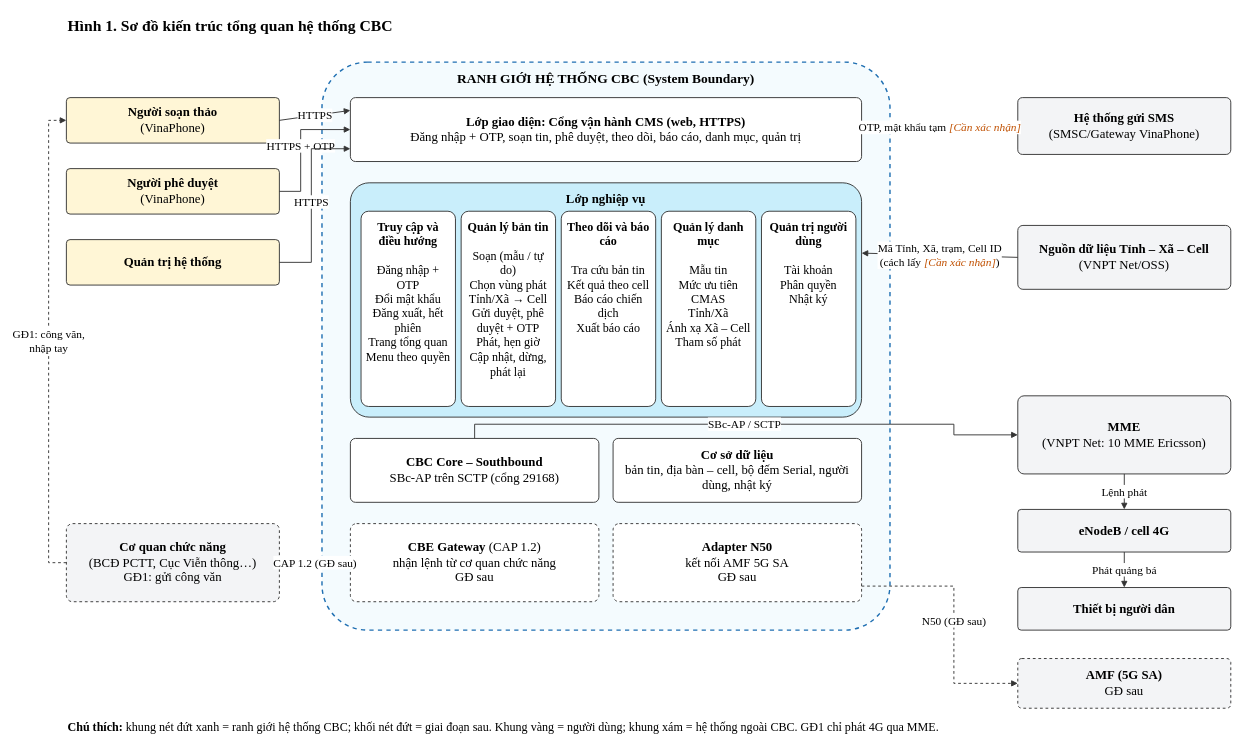
Earlier version of the draw.io diagram page "SRS-H1 Kiến trúc tổng quan" (1 of 4) of srs/CBC_SRS_so-do.drawio (yenanna0804/cbc-demo). Source tidied: cells renumbered, new cells numbered last; positions are measured from the earlier drawing's top-left corner, leaving out a move shared by most shapes. Both pictures are drawn from the tidied source at 71%, with x=0, y=0 at pixel (48, 12).
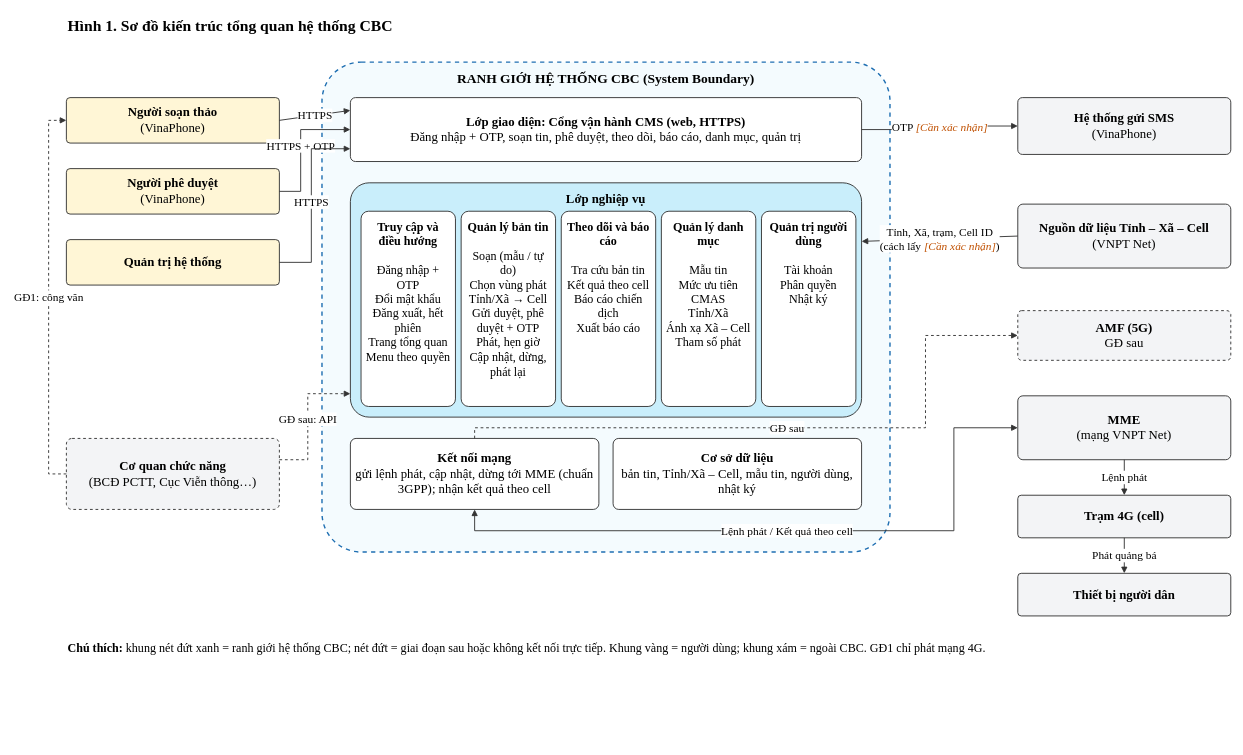
The same page after the edit.

The change refers to these unchanged cells:
```xml
<mxCell id="4" value="&lt;b&gt;Lớp giao diện: Cổng vận hành CMS (web, HTTPS)&lt;/b&gt;&lt;br&gt;Đăng nhập + OTP, soạn tin, phê duyệt, theo dõi, báo cáo, danh mục, quản trị" style="rounded=1;arcSize=8;whiteSpace=wrap;html=1;fontFamily=Times New Roman;fontSize=18;fillColor=#FFFFFF;strokeColor=#333333;strokeWidth=1.3;align=center;verticalAlign=middle;spacing=8;" parent="1" vertex="1">
  <mxGeometry x="425" y="120" width="720" height="90" as="geometry" />
</mxCell>
<mxCell id="5" value="&lt;b&gt;Lớp nghiệp vụ&lt;/b&gt;" style="rounded=1;arcSize=8;whiteSpace=wrap;html=1;fontFamily=Times New Roman;fontSize=18;fillColor=#C9EEFB;strokeColor=#333333;strokeWidth=1.3;align=center;verticalAlign=top;spacing=8;" parent="1" vertex="1">
  <mxGeometry x="425" y="240" width="720" height="330" as="geometry" />
</mxCell>
<mxCell id="15" value="&lt;b&gt;Người soạn thảo&lt;/b&gt;&lt;br&gt;(VinaPhone)" style="rounded=1;arcSize=8;whiteSpace=wrap;html=1;fontFamily=Times New Roman;fontSize=18;fillColor=#FFF6D6;strokeColor=#333333;strokeWidth=1.3;align=center;verticalAlign=middle;spacing=8;" parent="1" vertex="1">
  <mxGeometry x="25" y="120" width="300" height="64" as="geometry" />
</mxCell>
```

Diff of the diagram source:
```diff
@@
     <mxCell id="3" value="&lt;b&gt;RANH GIỚI HỆ THỐNG CBC (System Boundary)&lt;/b&gt;" style="rounded=1;arcSize=8;whiteSpace=wrap;html=1;fontFamily=Times New Roman;fontSize=19;fillColor=#F4FBFE;strokeColor=#1F6FB2;strokeWidth=1.3;align=center;verticalAlign=top;spacing=8;dashed=1;strokeWidth=2;" parent="1" vertex="1">
-      <mxGeometry x="385" y="70" width="800" height="800" as="geometry" />
+      <mxGeometry x="385" y="70" width="800" height="690" as="geometry" />
     </mxCell>
@@
-    <mxCell id="11" value="&lt;b&gt;CBC Core – Southbound&lt;/b&gt;&lt;br&gt;SBc-AP trên SCTP (cổng 29168)" style="rounded=1;arcSize=8;whiteSpace=wrap;html=1;fontFamily=Times New Roman;fontSize=18;fillColor=#FFFFFF;strokeColor=#333333;strokeWidth=1.3;align=center;verticalAlign=middle;spacing=8;" parent="1" vertex="1">
-      <mxGeometry x="425" y="600" width="350" height="90" as="geometry" />
-    </mxCell>
+    <mxCell id="37" value="&lt;b&gt;Kết nối mạng&lt;/b&gt;&lt;br&gt;gửi lệnh phát, cập nhật, dừng tới MME (chuẩn 3GPP); nhận kết quả theo cell" style="rounded=1;arcSize=8;whiteSpace=wrap;html=1;fontFamily=Times New Roman;fontSize=18;fillColor=#FFFFFF;strokeColor=#333333;strokeWidth=1.3;align=center;verticalAlign=middle;spacing=8;" parent="1" vertex="1">
+      <mxGeometry x="425" y="600" width="350" height="100" as="geometry" />
+    </mxCell>
-    <mxCell id="12" value="&lt;b&gt;Cơ sở dữ liệu&lt;/b&gt;&lt;br&gt;bản tin, địa bàn – cell, bộ đếm Serial, người dùng, nhật ký" style="rounded=1;arcSize=8;whiteSpace=wrap;html=1;fontFamily=Times New Roman;fontSize=18;fillColor=#FFFFFF;strokeColor=#333333;strokeWidth=1.3;align=center;verticalAlign=middle;spacing=8;" parent="1" vertex="1">
-      <mxGeometry x="795" y="600" width="350" height="90" as="geometry" />
+    <mxCell id="12" value="&lt;b&gt;Cơ sở dữ liệu&lt;/b&gt;&lt;br&gt;bản tin, Tỉnh/Xã – Cell, mẫu tin, người dùng, nhật ký" style="rounded=1;arcSize=8;whiteSpace=wrap;html=1;fontFamily=Times New Roman;fontSize=18;fillColor=#FFFFFF;strokeColor=#333333;strokeWidth=1.3;align=center;verticalAlign=middle;spacing=8;" parent="1" vertex="1">
+      <mxGeometry x="795" y="600" width="350" height="100" as="geometry" />
     </mxCell>
-    <mxCell id="13" value="&lt;b&gt;CBE Gateway&lt;/b&gt; (CAP 1.2)&lt;br&gt;nhận lệnh từ cơ quan chức năng&lt;br&gt;GĐ sau" style="rounded=1;arcSize=8;whiteSpace=wrap;html=1;fontFamily=Times New Roman;fontSize=18;fillColor=#FFFFFF;strokeColor=#333333;strokeWidth=1.3;align=center;verticalAlign=middle;spacing=8;dashed=1;" parent="1" vertex="1">
-      <mxGeometry x="425" y="720" width="350" height="110" as="geometry" />
-    </mxCell>
-    <mxCell id="14" value="&lt;b&gt;Adapter N50&lt;/b&gt;&lt;br&gt;kết nối AMF 5G SA&lt;br&gt;GĐ sau" style="rounded=1;arcSize=8;whiteSpace=wrap;html=1;fontFamily=Times New Roman;fontSize=18;fillColor=#FFFFFF;strokeColor=#333333;strokeWidth=1.3;align=center;verticalAlign=middle;spacing=8;dashed=1;" parent="1" vertex="1">
-      <mxGeometry x="795" y="720" width="350" height="110" as="geometry" />
-    </mxCell>
@@
-    <mxCell id="18" value="&lt;b&gt;Cơ quan chức năng&lt;/b&gt;&lt;br&gt;(BCĐ PCTT, Cục Viễn thông…)&lt;br&gt;GĐ1: gửi công văn" style="rounded=1;arcSize=8;whiteSpace=wrap;html=1;fontFamily=Times New Roman;fontSize=18;fillColor=#F3F4F6;strokeColor=#333333;strokeWidth=1.3;align=center;verticalAlign=middle;spacing=8;dashed=1;" parent="1" vertex="1">
-      <mxGeometry x="25" y="720" width="300" height="110" as="geometry" />
+    <mxCell id="18" value="&lt;b&gt;Cơ quan chức năng&lt;/b&gt;&lt;br&gt;(BCĐ PCTT, Cục Viễn thông…)" style="rounded=1;arcSize=8;whiteSpace=wrap;html=1;fontFamily=Times New Roman;fontSize=18;fillColor=#F3F4F6;strokeColor=#333333;strokeWidth=1.3;align=center;verticalAlign=middle;spacing=8;dashed=1;" parent="1" vertex="1">
+      <mxGeometry x="25" y="600" width="300" height="100" as="geometry" />
     </mxCell>
@@
-    <mxCell id="22" value="GĐ1: công văn,&lt;br&gt;nhập tay" style="html=1;fontFamily=Times New Roman;fontSize=16;endArrow=block;startArrow=none;endFill=1;strokeColor=#333333;strokeWidth=1.3;labelBackgroundColor=#FFFFFF;rounded=0;dashed=1;exitX=0;exitY=0.5;exitDx=0;exitDy=0;entryX=0;entryY=0.5;entryDx=0;entryDy=0;" parent="1" edge="1" source="18" target="15">
+    <mxCell id="22" value="GĐ1: công văn" style="html=1;fontFamily=Times New Roman;fontSize=16;endArrow=block;startArrow=none;endFill=1;strokeColor=#333333;strokeWidth=1.3;labelBackgroundColor=#FFFFFF;rounded=0;dashed=1;exitX=0;exitY=0.5;exitDx=0;exitDy=0;entryX=0;entryY=0.5;entryDx=0;entryDy=0;" parent="1" edge="1" source="18" target="15">
       <mxGeometry relative="1" as="geometry">
         <Array as="points">
-          <mxPoint y="775" />
+          <mxPoint y="650" />
           <mxPoint y="152" />
         </Array>
       </mxGeometry>
     </mxCell>
-    <mxCell id="23" value="CAP 1.2 (GĐ sau)" style="html=1;fontFamily=Times New Roman;fontSize=16;endArrow=block;startArrow=none;endFill=1;strokeColor=#333333;strokeWidth=1.3;labelBackgroundColor=#FFFFFF;rounded=0;dashed=1;exitX=1;exitY=0.5;exitDx=0;exitDy=0;entryX=0;entryY=0.5;entryDx=0;entryDy=0;" parent="1" edge="1" source="18" target="13">
-      <mxGeometry relative="1" as="geometry" />
+    <mxCell id="23" value="GĐ sau: API" style="html=1;fontFamily=Times New Roman;fontSize=16;endArrow=block;startArrow=none;endFill=1;strokeColor=#333333;strokeWidth=1.3;labelBackgroundColor=#FFFFFF;rounded=0;dashed=1;exitX=1;exitY=0.3;exitDx=0;exitDy=0;entryX=0;entryY=0.9;entryDx=0;entryDy=0;" parent="1" edge="1" source="18" target="5">
+      <mxGeometry relative="1" as="geometry">
+        <Array as="points">
+          <mxPoint x="365" y="630" />
+          <mxPoint x="365" y="537" />
+        </Array>
+      </mxGeometry>
     </mxCell>
-    <mxCell id="24" value="&lt;b&gt;MME&lt;/b&gt;&lt;br&gt;(VNPT Net: 10 MME Ericsson)" style="rounded=1;arcSize=8;whiteSpace=wrap;html=1;fontFamily=Times New Roman;fontSize=18;fillColor=#F3F4F6;strokeColor=#333333;strokeWidth=1.3;align=center;verticalAlign=middle;spacing=8;" parent="1" vertex="1">
-      <mxGeometry x="1365" y="540" width="300" height="110" as="geometry" />
+    <mxCell id="24" value="&lt;b&gt;MME&lt;/b&gt;&lt;br&gt;(mạng VNPT Net)" style="rounded=1;arcSize=8;whiteSpace=wrap;html=1;fontFamily=Times New Roman;fontSize=18;fillColor=#F3F4F6;strokeColor=#333333;strokeWidth=1.3;align=center;verticalAlign=middle;spacing=8;" parent="1" vertex="1">
+      <mxGeometry x="1365" y="540" width="300" height="90" as="geometry" />
     </mxCell>
-    <mxCell id="25" value="&lt;b&gt;eNodeB / cell 4G&lt;/b&gt;" style="rounded=1;arcSize=8;whiteSpace=wrap;html=1;fontFamily=Times New Roman;fontSize=18;fillColor=#F3F4F6;strokeColor=#333333;strokeWidth=1.3;align=center;verticalAlign=middle;spacing=8;" parent="1" vertex="1">
-      <mxGeometry x="1365" y="700" width="300" height="60" as="geometry" />
+    <mxCell id="25" value="&lt;b&gt;Trạm 4G (cell)&lt;/b&gt;" style="rounded=1;arcSize=8;whiteSpace=wrap;html=1;fontFamily=Times New Roman;fontSize=18;fillColor=#F3F4F6;strokeColor=#333333;strokeWidth=1.3;align=center;verticalAlign=middle;spacing=8;" parent="1" vertex="1">
+      <mxGeometry x="1365" y="680" width="300" height="60" as="geometry" />
     </mxCell>
     <mxCell id="26" value="&lt;b&gt;Thiết bị người dân&lt;/b&gt;" style="rounded=1;arcSize=8;whiteSpace=wrap;html=1;fontFamily=Times New Roman;fontSize=18;fillColor=#F3F4F6;strokeColor=#333333;strokeWidth=1.3;align=center;verticalAlign=middle;spacing=8;" parent="1" vertex="1">
-      <mxGeometry x="1365" y="810" width="300" height="60" as="geometry" />
+      <mxGeometry x="1365" y="790" width="300" height="60" as="geometry" />
     </mxCell>
-    <mxCell id="27" value="&lt;b&gt;AMF (5G SA)&lt;/b&gt;&lt;br&gt;GĐ sau" style="rounded=1;arcSize=8;whiteSpace=wrap;html=1;fontFamily=Times New Roman;fontSize=18;fillColor=#F3F4F6;strokeColor=#333333;strokeWidth=1.3;align=center;verticalAlign=middle;spacing=8;dashed=1;" parent="1" vertex="1">
-      <mxGeometry x="1365" y="910" width="300" height="70" as="geometry" />
+    <mxCell id="27" value="&lt;b&gt;AMF (5G)&lt;/b&gt;&lt;br&gt;GĐ sau" style="rounded=1;arcSize=8;whiteSpace=wrap;html=1;fontFamily=Times New Roman;fontSize=18;fillColor=#F3F4F6;strokeColor=#333333;strokeWidth=1.3;align=center;verticalAlign=middle;spacing=8;dashed=1;" parent="1" vertex="1">
+      <mxGeometry x="1365" y="420" width="300" height="70" as="geometry" />
     </mxCell>
-    <mxCell id="28" value="&lt;b&gt;Hệ thống gửi SMS&lt;/b&gt;&lt;br&gt;(SMSC/Gateway VinaPhone)" style="rounded=1;arcSize=8;whiteSpace=wrap;html=1;fontFamily=Times New Roman;fontSize=18;fillColor=#F3F4F6;strokeColor=#333333;strokeWidth=1.3;align=center;verticalAlign=middle;spacing=8;" parent="1" vertex="1">
+    <mxCell id="28" value="&lt;b&gt;Hệ thống gửi SMS&lt;/b&gt;&lt;br&gt;(VinaPhone)" style="rounded=1;arcSize=8;whiteSpace=wrap;html=1;fontFamily=Times New Roman;fontSize=18;fillColor=#F3F4F6;strokeColor=#333333;strokeWidth=1.3;align=center;verticalAlign=middle;spacing=8;" parent="1" vertex="1">
       <mxGeometry x="1365" y="120" width="300" height="80" as="geometry" />
     </mxCell>
-    <mxCell id="29" value="&lt;b&gt;Nguồn dữ liệu Tỉnh – Xã – Cell&lt;/b&gt;&lt;br&gt;(VNPT Net/OSS)" style="rounded=1;arcSize=8;whiteSpace=wrap;html=1;fontFamily=Times New Roman;fontSize=18;fillColor=#F3F4F6;strokeColor=#333333;strokeWidth=1.3;align=center;verticalAlign=middle;spacing=8;" parent="1" vertex="1">
-      <mxGeometry x="1365" y="300" width="300" height="90" as="geometry" />
+    <mxCell id="29" value="&lt;b&gt;Nguồn dữ liệu Tỉnh – Xã – Cell&lt;/b&gt;&lt;br&gt;(VNPT Net)" style="rounded=1;arcSize=8;whiteSpace=wrap;html=1;fontFamily=Times New Roman;fontSize=18;fillColor=#F3F4F6;strokeColor=#333333;strokeWidth=1.3;align=center;verticalAlign=middle;spacing=8;" parent="1" vertex="1">
+      <mxGeometry x="1365" y="270" width="300" height="90" as="geometry" />
     </mxCell>
-    <mxCell id="30" value="OTP, mật khẩu tạm &lt;i style=&quot;color:#C05000&quot;&gt;[Cần xác nhận]&lt;/i&gt;" style="html=1;fontFamily=Times New Roman;fontSize=16;endArrow=block;startArrow=none;endFill=1;strokeColor=#333333;strokeWidth=1.3;labelBackgroundColor=#FFFFFF;rounded=0;exitX=1;exitY=0.5;exitDx=0;exitDy=0;entryX=0;entryY=0.5;entryDx=0;entryDy=0;" parent="1" edge="1" source="4" target="28">
+    <mxCell id="30" value="OTP &lt;i style=&quot;color:#C05000&quot;&gt;[Cần xác nhận]&lt;/i&gt;" style="html=1;fontFamily=Times New Roman;fontSize=16;endArrow=block;startArrow=none;endFill=1;strokeColor=#333333;strokeWidth=1.3;labelBackgroundColor=#FFFFFF;rounded=0;exitX=1;exitY=0.5;exitDx=0;exitDy=0;entryX=0;entryY=0.5;entryDx=0;entryDy=0;" parent="1" edge="1" source="4" target="28">
       <mxGeometry relative="1" as="geometry">
         <Array as="points">
           <mxPoint x="1255" y="165" />
           <mxPoint x="1255" y="160" />
         </Array>
       </mxGeometry>
     </mxCell>
-    <mxCell id="31" value="Mã Tỉnh, Xã, trạm, Cell ID&lt;br&gt;(cách lấy &lt;i style=&quot;color:#C05000&quot;&gt;[Cần xác nhận]&lt;/i&gt;)" style="html=1;fontFamily=Times New Roman;fontSize=16;endArrow=block;startArrow=none;endFill=1;strokeColor=#333333;strokeWidth=1.3;labelBackgroundColor=#FFFFFF;rounded=0;exitX=0;exitY=0.5;exitDx=0;exitDy=0;entryX=1;entryY=0.3;entryDx=0;entryDy=0;" parent="1" edge="1" source="29" target="5">
+    <mxCell id="31" value="Tỉnh, Xã, trạm, Cell ID&lt;br&gt;(cách lấy &lt;i style=&quot;color:#C05000&quot;&gt;[Cần xác nhận]&lt;/i&gt;)" style="html=1;fontFamily=Times New Roman;fontSize=16;endArrow=block;startArrow=none;endFill=1;strokeColor=#333333;strokeWidth=1.3;labelBackgroundColor=#FFFFFF;rounded=0;exitX=0;exitY=0.5;exitDx=0;exitDy=0;entryX=1;entryY=0.25;entryDx=0;entryDy=0;" parent="1" edge="1" source="29" target="5">
       <mxGeometry relative="1" as="geometry" />
     </mxCell>
-    <mxCell id="32" value="SBc-AP / SCTP" style="html=1;fontFamily=Times New Roman;fontSize=16;endArrow=block;startArrow=none;endFill=1;strokeColor=#333333;strokeWidth=1.3;labelBackgroundColor=#FFFFFF;rounded=0;exitX=0.5;exitY=0;exitDx=0;exitDy=0;entryX=0;entryY=0.5;entryDx=0;entryDy=0;" parent="1" edge="1" source="11" target="24">
+    <mxCell id="32" value="Lệnh phát / Kết quả theo cell" style="html=1;fontFamily=Times New Roman;fontSize=16;endArrow=block;startArrow=block;endFill=1;strokeColor=#333333;strokeWidth=1.3;labelBackgroundColor=#FFFFFF;rounded=0;exitX=0.5;exitY=1;exitDx=0;exitDy=0;entryX=0;entryY=0.5;entryDx=0;entryDy=0;" parent="1" edge="1" source="37" target="24">
       <mxGeometry relative="1" as="geometry">
         <Array as="points">
-          <mxPoint x="600" y="580" />
-          <mxPoint x="1275" y="580" />
-          <mxPoint x="1275" y="595" />
+          <mxPoint x="600" y="730" />
+          <mxPoint x="1275" y="730" />
+          <mxPoint x="1275" y="585" />
         </Array>
       </mxGeometry>
     </mxCell>
-    <mxCell id="33" value="Lệnh phát" style="html=1;fontFamily=Times New Roman;fontSize=16;endArrow=block;startArrow=none;endFill=1;strokeColor=#333333;strokeWidth=1.3;labelBackgroundColor=#FFFFFF;rounded=0;exitX=0.5;exitY=1;exitDx=0;exitDy=0;entryX=0.5;entryY=0;entryDx=0;entryDy=0;" parent="1" edge="1" source="24" target="25">
-      <mxGeometry relative="1" as="geometry" />
+    <mxCell id="33" value="GĐ sau" style="html=1;fontFamily=Times New Roman;fontSize=16;endArrow=block;startArrow=none;endFill=1;strokeColor=#333333;strokeWidth=1.3;labelBackgroundColor=#FFFFFF;rounded=0;dashed=1;exitX=0.5;exitY=0;exitDx=0;exitDy=0;entryX=0;entryY=0.5;entryDx=0;entryDy=0;" parent="1" edge="1" source="37" target="27">
+      <mxGeometry relative="1" as="geometry">
+        <Array as="points">
+          <mxPoint x="600" y="585" />
+          <mxPoint x="1235" y="585" />
+          <mxPoint x="1235" y="455" />
+        </Array>
+      </mxGeometry>
     </mxCell>
-    <mxCell id="34" value="Phát quảng bá" style="html=1;fontFamily=Times New Roman;fontSize=16;endArrow=block;startArrow=none;endFill=1;strokeColor=#333333;strokeWidth=1.3;labelBackgroundColor=#FFFFFF;rounded=0;exitX=0.5;exitY=1;exitDx=0;exitDy=0;entryX=0.5;entryY=0;entryDx=0;entryDy=0;" parent="1" edge="1" source="25" target="26">
+    <mxCell id="34" value="Lệnh phát" style="html=1;fontFamily=Times New Roman;fontSize=16;endArrow=block;startArrow=none;endFill=1;strokeColor=#333333;strokeWidth=1.3;labelBackgroundColor=#FFFFFF;rounded=0;exitX=0.5;exitY=1;exitDx=0;exitDy=0;entryX=0.5;entryY=0;entryDx=0;entryDy=0;" parent="1" edge="1" source="24" target="25">
       <mxGeometry relative="1" as="geometry" />
     </mxCell>
-    <mxCell id="35" value="N50 (GĐ sau)" style="html=1;fontFamily=Times New Roman;fontSize=16;endArrow=block;startArrow=none;endFill=1;strokeColor=#333333;strokeWidth=1.3;labelBackgroundColor=#FFFFFF;rounded=0;dashed=1;exitX=1;exitY=0.8;exitDx=0;exitDy=0;entryX=0;entryY=0.5;entryDx=0;entryDy=0;" parent="1" edge="1" source="14" target="27">
-      <mxGeometry relative="1" as="geometry">
-        <Array as="points">
-          <mxPoint x="1275" y="808" />
-          <mxPoint x="1275" y="945" />
-        </Array>
-      </mxGeometry>
+    <mxCell id="35" value="Phát quảng bá" style="html=1;fontFamily=Times New Roman;fontSize=16;endArrow=block;startArrow=none;endFill=1;strokeColor=#333333;strokeWidth=1.3;labelBackgroundColor=#FFFFFF;rounded=0;exitX=0.5;exitY=1;exitDx=0;exitDy=0;entryX=0.5;entryY=0;entryDx=0;entryDy=0;" parent="1" edge="1" source="25" target="26">
+      <mxGeometry relative="1" as="geometry" />
     </mxCell>
-    <mxCell id="36" value="&lt;b&gt;Chú thích:&lt;/b&gt; khung nét đứt xanh = ranh giới hệ thống CBC; khối nét đứt = giai đoạn sau. Khung vàng = người dùng; khung xám = hệ thống ngoài CBC. GĐ1 chỉ phát 4G qua MME." style="text;html=1;fontFamily=Times New Roman;fontSize=17;align=left;verticalAlign=top;whiteSpace=wrap;" parent="1" vertex="1">
-      <mxGeometry x="25" y="990" width="1560" height="40" as="geometry" />
+    <mxCell id="36" value="&lt;b&gt;Chú thích:&lt;/b&gt; khung nét đứt xanh = ranh giới hệ thống CBC; nét đứt = giai đoạn sau hoặc không kết nối trực tiếp. Khung vàng = người dùng; khung xám = ngoài CBC. GĐ1 chỉ phát mạng 4G." style="text;html=1;fontFamily=Times New Roman;fontSize=17;align=left;verticalAlign=top;whiteSpace=wrap;" parent="1" vertex="1">
+      <mxGeometry x="25" y="880" width="1560" height="40" as="geometry" />
     </mxCell>
```
